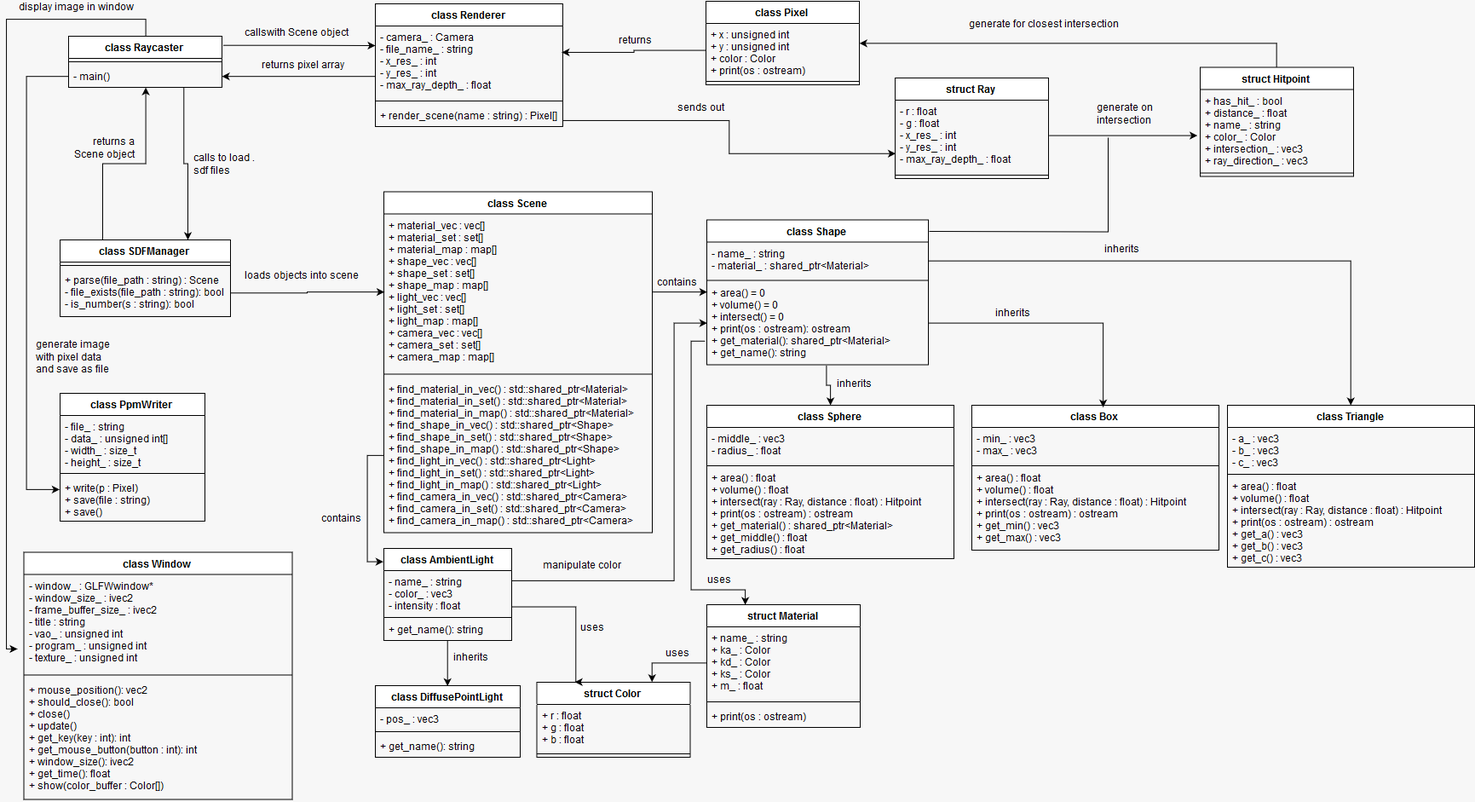
Above: UML/RaytracerUML.png in christiandunkel/raytracer (draw.io), before the change. Source tidied: cells renumbered, new cells last; positions are measured from the earlier drawing's top-left corner, leaving out a move shared by most shapes.
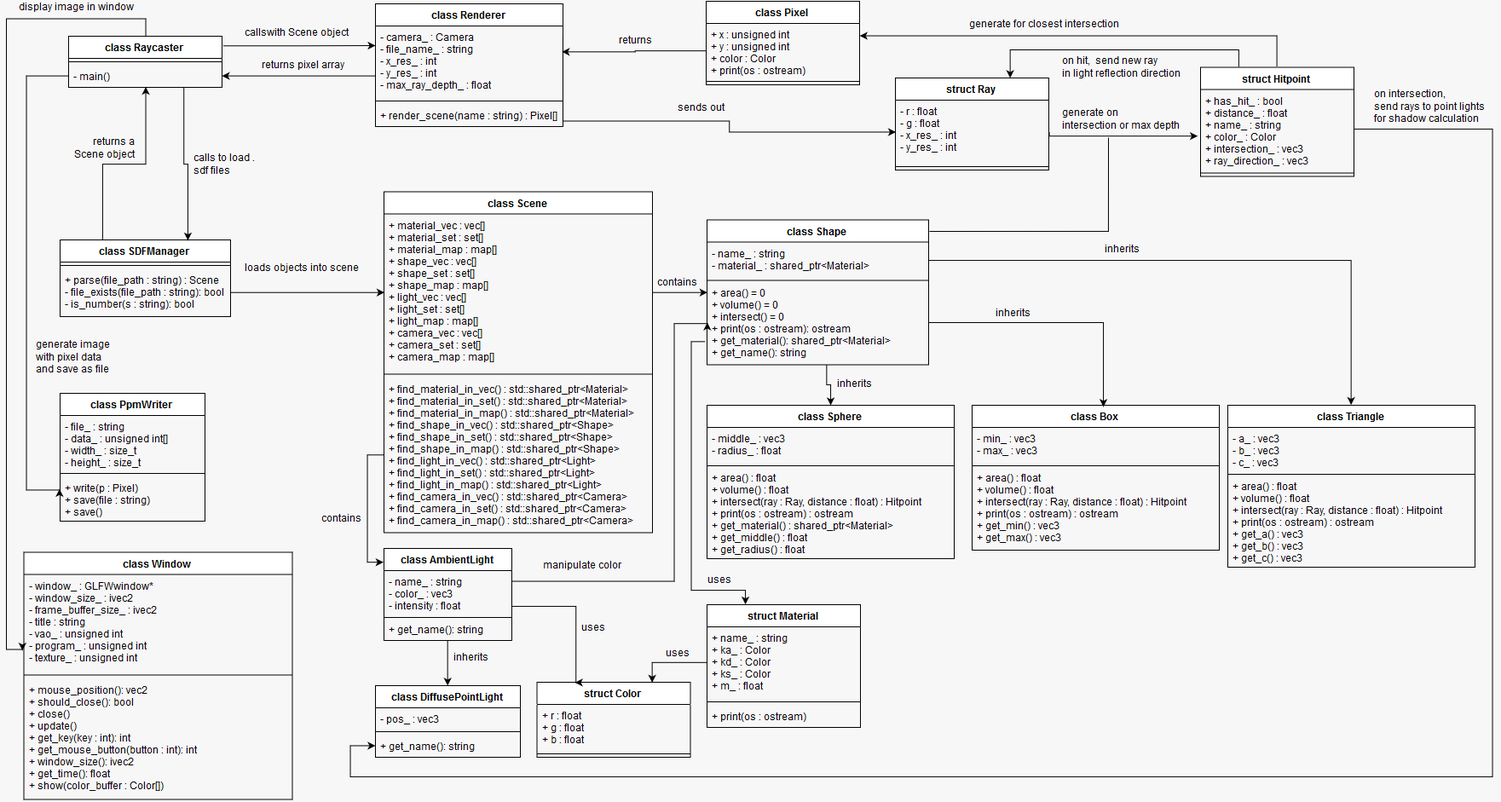
Later version of the same file.

Commit message:
updated uml diagram

Diff of the diagram source:
```diff
@@ -3,13 +3,13 @@
     <mxCell id="0" />
     <mxCell id="1" parent="0" />
     <mxCell id="2" value="struct Ray" style="swimlane;fontStyle=1;align=center;verticalAlign=top;horizontal=1;startSize=26;" parent="1" vertex="1">
-      <mxGeometry x="1043" y="91" width="180" height="118" as="geometry" />
+      <mxGeometry x="1043" y="91" width="180" height="108" as="geometry" />
     </mxCell>
-    <mxCell id="3" value="- r : float&#10;- g : float&#10;- x_res_ : int&#10;- y_res_ : int&#10;- max_ray_depth_ : float&#10;" style="text;strokeColor=none;fillColor=none;align=left;verticalAlign=top;spacingLeft=4;spacingRight=4;overflow=hidden;points=[[0,0.5],[1,0.5]];portConstraint=eastwest;" parent="2" vertex="1">
-      <mxGeometry y="26" width="180" height="84" as="geometry" />
+    <mxCell id="3" value="- r : float&#10;- g : float&#10;- x_res_ : int&#10;- y_res_ : int" style="text;strokeColor=none;fillColor=none;align=left;verticalAlign=top;spacingLeft=4;spacingRight=4;overflow=hidden;points=[[0,0.5],[1,0.5]];portConstraint=eastwest;" parent="2" vertex="1">
+      <mxGeometry y="26" width="180" height="74" as="geometry" />
     </mxCell>
     <mxCell id="4" style="line;strokeWidth=1;fillColor=none;align=left;verticalAlign=middle;spacingTop=-1;spacingLeft=3;spacingRight=3;labelPosition=right;" parent="2" vertex="1">
-      <mxGeometry y="110" width="180" height="8" as="geometry" />
+      <mxGeometry y="100" width="180" height="8" as="geometry" />
     </mxCell>
     <mxCell id="5" value="struct Color" style="swimlane;fontStyle=1;align=center;verticalAlign=top;horizontal=1;startSize=26;" parent="1" vertex="1">
       <mxGeometry x="622.5" y="800" width="180" height="88" as="geometry" />
@@ -20,9 +20,17 @@
     <mxCell id="7" style="line;strokeWidth=1;fillColor=none;align=left;verticalAlign=middle;spacingTop=-1;spacingLeft=3;spacingRight=3;labelPosition=right;" parent="5" vertex="1">
       <mxGeometry y="80" width="180" height="8" as="geometry" />
     </mxCell>
-    <mxCell id="8" style="edgeStyle=orthogonalEdgeStyle;rounded=0;jettySize=auto;html=1;exitX=0.5;exitY=0;exitDx=0;exitDy=0;entryX=1;entryY=0.5;entryDx=0;entryDy=0;endArrow=classic;endFill=1;" parent="1" edge="1" source="9" target="81">
-      <mxGeometry relative="1" as="geometry" />
+    <mxCell id="8" style="edgeStyle=orthogonalEdgeStyle;rounded=0;jettySize=auto;html=1;exitX=0.5;exitY=0;exitDx=0;exitDy=0;endArrow=classic;endFill=1;" parent="1" edge="1" source="9">
+      <mxGeometry relative="1" as="geometry">
+        <mxPoint x="1001" y="41" as="targetPoint" />
+        <Array as="points">
+          <mxPoint x="1491" y="41" />
+        </Array>
+      </mxGeometry>
     </mxCell>
+    <mxCell id="107" style="edgeStyle=orthogonalEdgeStyle;rounded=0;jettySize=auto;html=1;exitX=0.25;exitY=0;exitDx=0;exitDy=0;entryX=0.75;entryY=0;entryDx=0;entryDy=0;endArrow=classic;endFill=1;" parent="1" edge="1" source="9" target="2">
+      <mxGeometry relative="1" as="geometry" />
+    </mxCell>
     <mxCell id="9" value="struct Hitpoint" style="swimlane;fontStyle=1;align=center;verticalAlign=top;horizontal=1;startSize=26;" parent="1" vertex="1">
       <mxGeometry x="1401" y="78.5" width="180" height="128" as="geometry" />
     </mxCell>
@@ -62,12 +70,12 @@
     <mxCell id="21" value="+ get_name(): string" style="text;strokeColor=none;fillColor=none;align=left;verticalAlign=top;spacingLeft=4;spacingRight=4;overflow=hidden;" parent="18" vertex="1">
       <mxGeometry y="82" width="150" height="26" as="geometry" />
     </mxCell>
-    <mxCell id="22" style="edgeStyle=orthogonalEdgeStyle;rounded=0;jettySize=auto;html=1;exitX=1;exitY=0.25;exitDx=0;exitDy=0;entryX=0;entryY=0.75;entryDx=0;entryDy=0;" parent="1" edge="1" source="23" target="2">
+    <mxCell id="22" style="edgeStyle=orthogonalEdgeStyle;rounded=0;jettySize=auto;html=1;exitX=1;exitY=0.25;exitDx=0;exitDy=0;entryX=0;entryY=0.5;entryDx=0;entryDy=0;" parent="1" edge="1" source="23" target="3">
       <mxGeometry relative="1" as="geometry">
         <Array as="points">
           <mxPoint x="653" y="141" />
           <mxPoint x="848" y="141" />
-          <mxPoint x="848" y="180" />
+          <mxPoint x="848" y="154" />
         </Array>
       </mxGeometry>
     </mxCell>
@@ -159,7 +167,7 @@
       <mxGeometry relative="1" as="geometry" />
     </mxCell>
     <mxCell id="51" value="&lt;div&gt;loads objects into scene&lt;/div&gt;" style="text;html=1;align=left;verticalAlign=top;spacingTop=-4;" parent="1" vertex="1">
-      <mxGeometry x="278" y="315" width="150" height="20" as="geometry" />
+      <mxGeometry x="278" y="306" width="150" height="20" as="geometry" />
     </mxCell>
     <mxCell id="52" style="edgeStyle=orthogonalEdgeStyle;rounded=0;jettySize=auto;html=1;exitX=1.006;exitY=0.179;exitDx=0;exitDy=0;exitPerimeter=0;" parent="1" edge="1" source="55">
       <mxGeometry relative="1" as="geometry">
@@ -169,12 +177,12 @@
     <mxCell id="53" style="edgeStyle=orthogonalEdgeStyle;rounded=0;jettySize=auto;html=1;exitX=0.75;exitY=1;exitDx=0;exitDy=0;entryX=0.75;entryY=0;entryDx=0;entryDy=0;endArrow=classic;endFill=1;" parent="1" edge="1" source="55" target="28">
       <mxGeometry relative="1" as="geometry" />
     </mxCell>
-    <mxCell id="54" style="edgeStyle=orthogonalEdgeStyle;rounded=0;jettySize=auto;html=1;exitX=0.5;exitY=0;exitDx=0;exitDy=0;endArrow=classic;endFill=1;entryX=-0.024;entryY=0.768;entryDx=0;entryDy=0;entryPerimeter=0;" parent="1" edge="1" source="55" target="104">
+    <mxCell id="54" style="edgeStyle=orthogonalEdgeStyle;rounded=0;jettySize=auto;html=1;exitX=0.5;exitY=0;exitDx=0;exitDy=0;endArrow=classic;endFill=1;entryX=-0.004;entryY=0.779;entryDx=0;entryDy=0;entryPerimeter=0;" parent="1" edge="1" source="55" target="104">
       <mxGeometry relative="1" as="geometry">
         <Array as="points">
-          <mxPoint x="164" y="22" />
+          <mxPoint x="163" y="22" />
           <mxPoint y="22" />
-          <mxPoint y="761" />
+          <mxPoint y="762" />
         </Array>
       </mxGeometry>
     </mxCell>
@@ -304,8 +312,8 @@
         </Array>
       </mxGeometry>
     </mxCell>
-    <mxCell id="90" value="&lt;div&gt;generate on&lt;/div&gt;&lt;div&gt;intersection&lt;/div&gt;" style="text;html=1;align=left;verticalAlign=top;spacingTop=-4;" parent="1" vertex="1">
-      <mxGeometry x="1278" y="118" width="80" height="30" as="geometry" />
+    <mxCell id="90" value="&lt;div&gt;generate on&lt;/div&gt;&lt;div&gt;intersection or max depth&lt;br&gt;&lt;/div&gt;" style="text;html=1;align=left;verticalAlign=top;spacingTop=-4;" parent="1" vertex="1">
+      <mxGeometry x="1237" y="124" width="150" height="30" as="geometry" />
     </mxCell>
     <mxCell id="91" value="class PpmWriter" style="swimlane;fontStyle=1;align=center;verticalAlign=top;horizontal=1;startSize=26;" parent="1" vertex="1">
       <mxGeometry x="63" y="461" width="170" height="150" as="geometry" />
@@ -366,5 +374,21 @@
     <mxCell id="106" value="+ mouse_position(): vec2&#10;+ should_close(): bool&#10;+ close()&#10;+ update()&#10;+ get_key(key : int): int&#10;+ get_mouse_button(button : int): int&#10;+ window_size(): ivec2&#10;+ get_time(): float&#10;+ show(color_buffer : Color[])" style="text;strokeColor=none;fillColor=none;align=left;verticalAlign=top;spacingLeft=4;spacingRight=4;overflow=hidden;" parent="103" vertex="1">
       <mxGeometry y="148" width="315" height="142" as="geometry" />
     </mxCell>
+    <mxCell id="108" style="edgeStyle=orthogonalEdgeStyle;rounded=0;jettySize=auto;html=1;exitX=1;exitY=0.5;exitDx=0;exitDy=0;entryX=0;entryY=0.5;entryDx=0;entryDy=0;" parent="1" edge="1" source="10" target="38">
+      <mxGeometry relative="1" as="geometry">
+        <Array as="points">
+          <mxPoint x="1743" y="151" />
+          <mxPoint x="1743" y="911" />
+          <mxPoint x="403" y="911" />
+          <mxPoint x="403" y="875" />
+        </Array>
+      </mxGeometry>
+    </mxCell>
+    <mxCell id="109" value="&lt;div&gt;on intersection,&lt;/div&gt;&lt;div&gt;send rays to point lights&lt;/div&gt;&lt;div&gt;for shadow calculation&lt;br&gt;&lt;/div&gt;" style="text;html=1;align=left;verticalAlign=top;spacingTop=-4;" parent="1" vertex="1">
+      <mxGeometry x="1603" y="102" width="150" height="40" as="geometry" />
+    </mxCell>
+    <mxCell id="110" value="&lt;div&gt;on hit,&amp;nbsp; send new ray&lt;/div&gt;&lt;div&gt;in light reflection direction&lt;br&gt;&lt;/div&gt;" style="text;html=1;align=left;verticalAlign=top;spacingTop=-4;" parent="1" vertex="1">
+      <mxGeometry x="1237" y="63" width="150" height="30" as="geometry" />
+    </mxCell>
   </root>
 </mxGraphModel>
```
